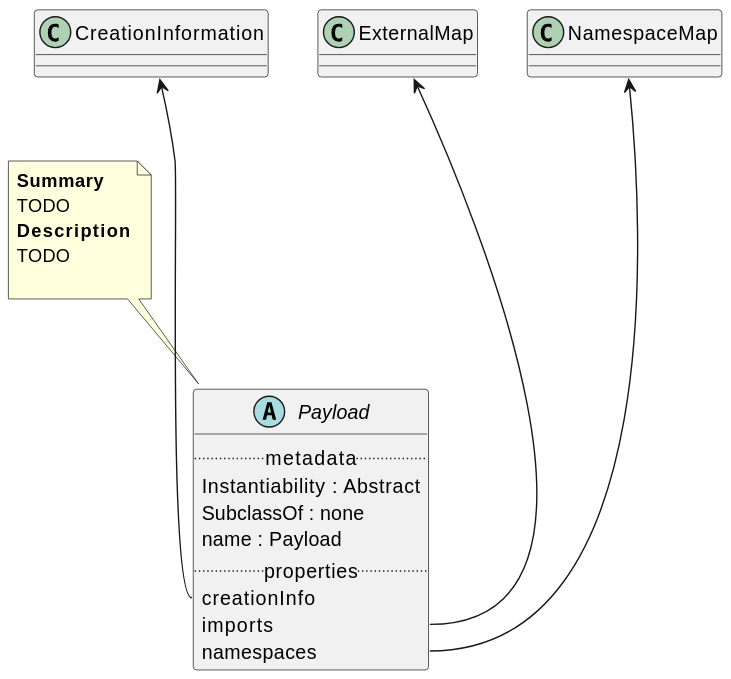
maxhbr/spec-parser.hs keeps this PlantUML diagram as Classes/Payload.svg. Above is the earlier version.
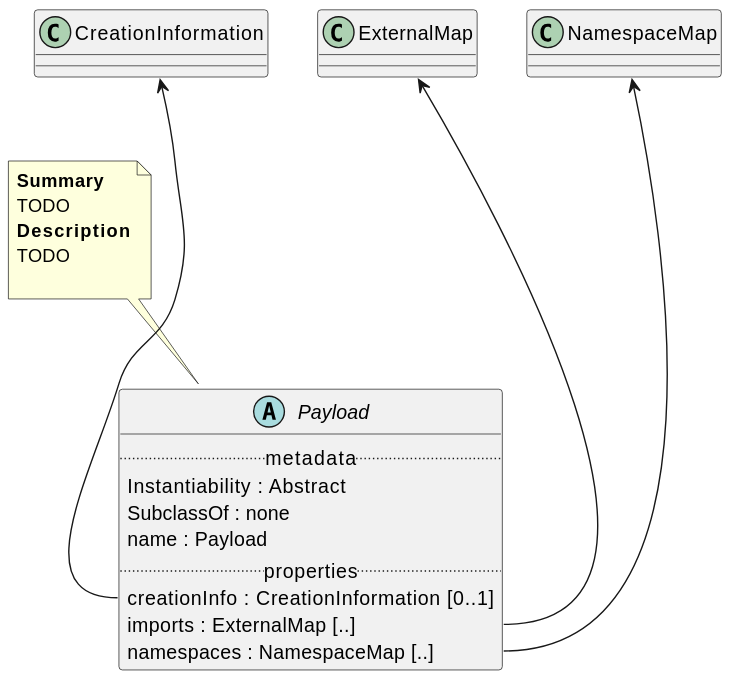
After the change.

Diff of the diagram source:
```diff
@@ -5,9 +5,9 @@
     SubclassOf : none
     name : Payload
 .. properties ..
-    creationInfo
-    imports
-    namespaces
+    creationInfo : CreationInformation [0..1]
+    imports : ExternalMap [..]
+    namespaces : NamespaceMap [..]
 }
 note top of Payload
 <b>Summary</b>
```
